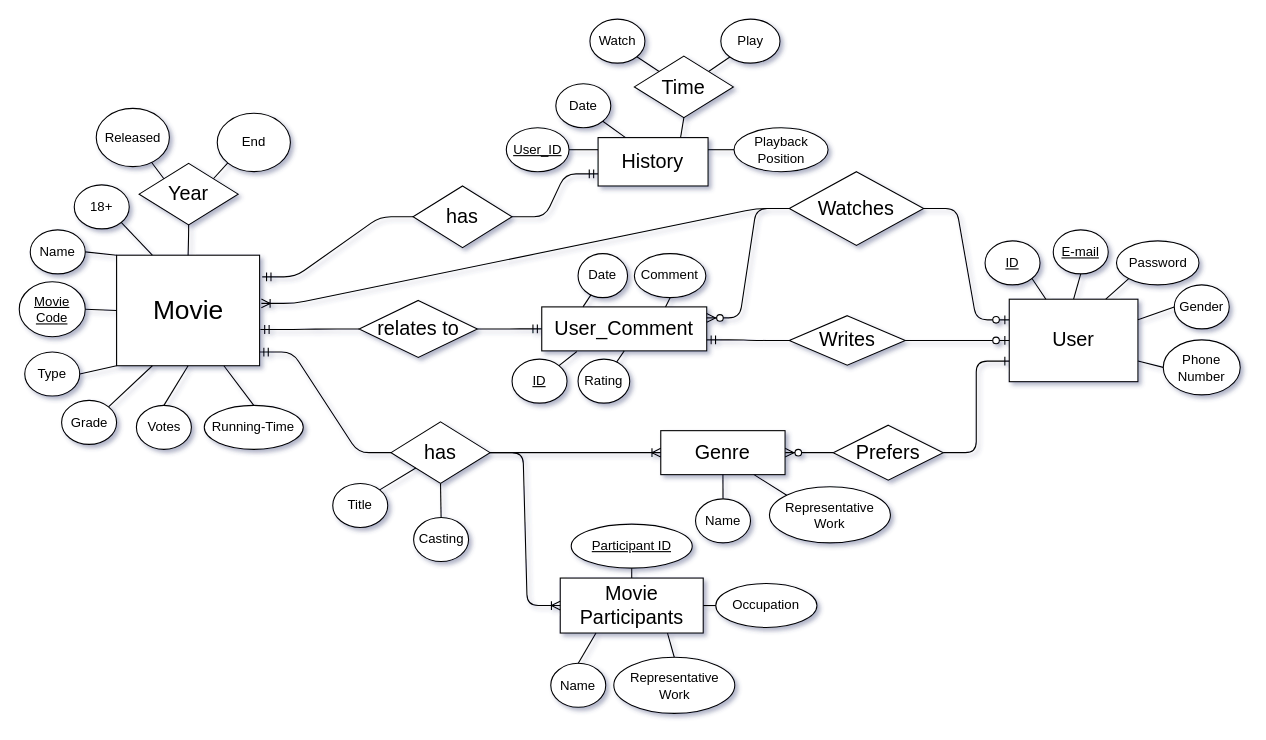
This is page "Crow_Foot" (2 of 2) of Assignment1_ER_Modeling/Movie.drawio from hjpark83/DBMS, a draw.io file, before an edit. Source tidied: cells renumbered, new cells numbered last; positions are measured from the earlier drawing's top-left corner, leaving out a move shared by most shapes. Both pictures are drawn from the tidied source at 110%, with x=0, y=0 at pixel (19, 19).
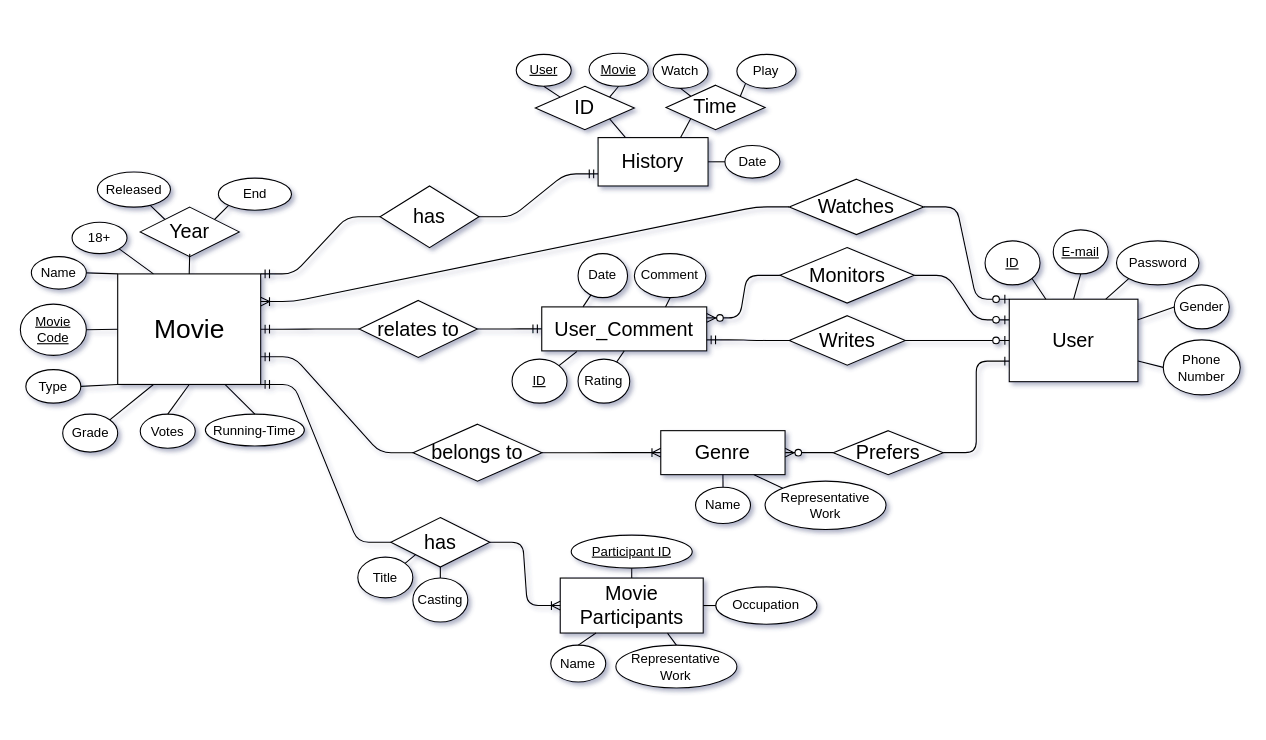
The same diagram, later.

Unchanged cells that the change refers to:
```xml
<mxCell id="2" value="&lt;span style=&quot;font-size: 18px;&quot;&gt;User&lt;/span&gt;" style="whiteSpace=wrap;html=1;align=center;rounded=0;" parent="1" vertex="1">
  <mxGeometry x="900" y="254.5" width="117" height="75" as="geometry" />
</mxCell>
<mxCell id="15" value="&lt;font style=&quot;font-size: 18px;&quot;&gt;User_Comment&lt;/font&gt;" style="whiteSpace=wrap;html=1;align=center;rounded=0;" parent="1" vertex="1">
  <mxGeometry x="475" y="261.5" width="150" height="40" as="geometry" />
</mxCell>
<mxCell id="25" value="&lt;span style=&quot;font-size: 18px;&quot;&gt;relates to&lt;/span&gt;" style="shape=rhombus;perimeter=rhombusPerimeter;whiteSpace=wrap;html=1;align=center;rounded=0;" parent="1" vertex="1">
  <mxGeometry x="309" y="255.6" width="107.5" height="51.9" as="geometry" />
</mxCell>
<mxCell id="41" value="&lt;font style=&quot;font-size: 18px;&quot;&gt;Genre&lt;/font&gt;" style="whiteSpace=wrap;html=1;align=center;rounded=0;" parent="1" vertex="1">
  <mxGeometry x="583.2" y="374" width="113" height="40" as="geometry" />
</mxCell>
<mxCell id="42" value="&lt;font style=&quot;font-size: 18px;&quot;&gt;History&lt;/font&gt;" style="whiteSpace=wrap;html=1;align=center;rounded=0;" parent="1" vertex="1">
  <mxGeometry x="526.2" y="107.6" width="100" height="44" as="geometry" />
</mxCell>
```

Diff of the diagram source:
```diff
@@
     <mxCell id="14" value="&lt;font style=&quot;font-size: 18px;&quot;&gt;Prefers&lt;/font&gt;" style="shape=rhombus;perimeter=rhombusPerimeter;whiteSpace=wrap;html=1;align=center;rounded=0;" parent="1" vertex="1">
-      <mxGeometry x="740" y="369" width="100" height="50" as="geometry" />
+      <mxGeometry x="740" y="374" width="100" height="40" as="geometry" />
     </mxCell>
@@
-    <mxCell id="31" style="edgeStyle=entityRelationEdgeStyle;fontSize=12;html=1;endArrow=ERmandOne;rounded=1;entryX=1.005;entryY=0.672;entryDx=0;entryDy=0;exitX=0;exitY=0.5;exitDx=0;exitDy=0;entryPerimeter=0;" parent="1" edge="1" source="25" target="74">
+    <mxCell id="31" style="edgeStyle=entityRelationEdgeStyle;fontSize=12;html=1;endArrow=ERmandOne;rounded=1;entryX=1;entryY=0.5;entryDx=0;entryDy=0;exitX=0;exitY=0.5;exitDx=0;exitDy=0;" parent="1" edge="1" source="25" target="74">
       <mxGeometry relative="1" as="geometry">
         <Array as="points">
           <mxPoint x="379.5" y="311.5" />
           <mxPoint x="298" y="319" />
           <mxPoint x="248" y="299" />
         </Array>
       </mxGeometry>
     </mxCell>
@@
     <mxCell id="33" value="Name" style="ellipse;whiteSpace=wrap;html=1;align=center;rounded=1;" parent="1" vertex="1">
-      <mxGeometry x="483.2" y="585.5" width="50" height="40" as="geometry" />
+      <mxGeometry x="483.2" y="569" width="50" height="33.5" as="geometry" />
     </mxCell>
     <mxCell id="34" value="Occupation" style="ellipse;whiteSpace=wrap;html=1;align=center;rounded=1;" parent="1" vertex="1">
-      <mxGeometry x="633.2" y="513" width="92" height="40" as="geometry" />
+      <mxGeometry x="633.2" y="516" width="92" height="34" as="geometry" />
     </mxCell>
     <mxCell id="35" value="Representative&lt;br&gt;Work" style="ellipse;whiteSpace=wrap;html=1;align=center;rounded=1;" parent="1" vertex="1">
-      <mxGeometry x="540.5" y="580" width="110" height="51" as="geometry" />
+      <mxGeometry x="542.4" y="569" width="110" height="39" as="geometry" />
     </mxCell>
     <mxCell id="36" value="&lt;u&gt;Participant ID&lt;/u&gt;" style="ellipse;whiteSpace=wrap;html=1;align=center;rounded=1;" parent="1" vertex="1">
-      <mxGeometry x="501.8" y="459" width="110" height="40" as="geometry" />
+      <mxGeometry x="501.8" y="469" width="110" height="30" as="geometry" />
     </mxCell>
@@
     <mxCell id="43" value="&lt;span style=&quot;font-size: 18px;&quot;&gt;Watches&lt;/span&gt;" style="shape=rhombus;perimeter=rhombusPerimeter;whiteSpace=wrap;html=1;align=center;rounded=0;" parent="1" vertex="1">
-      <mxGeometry x="700" y="138.6" width="122.2" height="67" as="geometry" />
+      <mxGeometry x="700" y="145.4" width="122.2" height="50.4" as="geometry" />
     </mxCell>
     <mxCell id="44" value="Name" style="ellipse;whiteSpace=wrap;html=1;align=center;rounded=1;" parent="1" vertex="1">
-      <mxGeometry x="614.8" y="436" width="50" height="40" as="geometry" />
+      <mxGeometry x="614.8" y="425.4" width="50" height="33" as="geometry" />
     </mxCell>
     <mxCell id="45" value="&lt;font style=&quot;font-size: 18px;&quot;&gt;has&lt;/font&gt;" style="shape=rhombus;perimeter=rhombusPerimeter;whiteSpace=wrap;html=1;align=center;rounded=0;" parent="1" vertex="1">
-      <mxGeometry x="338" y="366" width="90" height="56" as="geometry" />
+      <mxGeometry x="337.8" y="453" width="90" height="45" as="geometry" />
     </mxCell>
-    <mxCell id="46" style="edgeStyle=entityRelationEdgeStyle;fontSize=12;html=1;endArrow=ERmandOne;rounded=1;exitX=0;exitY=0.5;exitDx=0;exitDy=0;entryX=0.999;entryY=0.876;entryDx=0;entryDy=0;entryPerimeter=0;" parent="1" edge="1" source="45" target="74">
+    <mxCell id="46" style="edgeStyle=entityRelationEdgeStyle;fontSize=12;html=1;endArrow=ERmandOne;rounded=1;exitX=0;exitY=0.5;exitDx=0;exitDy=0;entryX=1;entryY=1;entryDx=0;entryDy=0;" parent="1" edge="1" source="45" target="74">
       <mxGeometry relative="1" as="geometry">
         <Array as="points">
           <mxPoint x="318" y="509" />
         </Array>
       </mxGeometry>
     </mxCell>
@@
     <mxCell id="48" value="Date" style="ellipse;whiteSpace=wrap;html=1;align=center;rounded=1;" parent="1" vertex="1">
-      <mxGeometry x="487.8" y="58.6" width="50" height="40" as="geometry" />
+      <mxGeometry x="641.5" y="114.8" width="50" height="29.6" as="geometry" />
     </mxCell>
-    <mxCell id="49" style="endArrow=none;html=1;rounded=1;entryX=0.25;entryY=0;entryDx=0;entryDy=0;exitX=1;exitY=1;exitDx=0;exitDy=0;" parent="1" edge="1" source="48" target="42">
-      <mxGeometry relative="1" as="geometry" />
-    </mxCell>
     <mxCell id="50" value="Watch" style="ellipse;whiteSpace=wrap;html=1;align=center;rounded=1;" parent="1" vertex="1">
-      <mxGeometry x="518.8" y="-0.1" width="50" height="40" as="geometry" />
+      <mxGeometry x="576.2" y="31.9" width="50" height="30.9" as="geometry" />
     </mxCell>
     <mxCell id="51" value="Play" style="ellipse;whiteSpace=wrap;html=1;align=center;rounded=1;" parent="1" vertex="1">
-      <mxGeometry x="637.8" y="-0.1" width="53.8" height="40" as="geometry" />
+      <mxGeometry x="652.4" y="31.9" width="53.8" height="30.9" as="geometry" />
     </mxCell>
-    <mxCell id="52" style="endArrow=none;html=1;rounded=1;entryX=0;entryY=0;entryDx=0;entryDy=0;exitX=1;exitY=1;exitDx=0;exitDy=0;" parent="1" edge="1" source="50" target="67">
+    <mxCell id="52" style="endArrow=none;html=1;rounded=1;entryX=0;entryY=0;entryDx=0;entryDy=0;exitX=0.5;exitY=1;exitDx=0;exitDy=0;" parent="1" edge="1" source="50" target="67">
       <mxGeometry relative="1" as="geometry" />
     </mxCell>
@@
-    <mxCell id="54" style="endArrow=none;html=1;rounded=1;entryX=0;entryY=0.25;entryDx=0;entryDy=0;exitX=1;exitY=0.5;exitDx=0;exitDy=0;" parent="1" edge="1" source="55" target="42">
-      <mxGeometry relative="1" as="geometry" />
-    </mxCell>
-    <mxCell id="55" value="&lt;u&gt;User_ID&lt;/u&gt;" style="ellipse;whiteSpace=wrap;html=1;align=center;rounded=1;" parent="1" vertex="1">
-      <mxGeometry x="442.8" y="98.6" width="57" height="40" as="geometry" />
-    </mxCell>
-    <mxCell id="56" value="Playback&lt;br&gt;Position" style="ellipse;whiteSpace=wrap;html=1;align=center;rounded=1;" parent="1" vertex="1">
-      <mxGeometry x="649.8" y="98.6" width="85.5" height="40" as="geometry" />
-    </mxCell>
-    <mxCell id="57" style="endArrow=none;html=1;rounded=1;entryX=1;entryY=0.25;entryDx=0;entryDy=0;exitX=0;exitY=0.5;exitDx=0;exitDy=0;" parent="1" edge="1" source="56" target="42">
+    <mxCell id="57" style="endArrow=none;html=1;rounded=1;entryX=1;entryY=0.5;entryDx=0;entryDy=0;exitX=0;exitY=0.5;exitDx=0;exitDy=0;" parent="1" edge="1" source="48" target="42">
       <mxGeometry relative="1" as="geometry" />
     </mxCell>
@@
     <mxCell id="59" value="&lt;font style=&quot;font-size: 18px;&quot;&gt;has&lt;/font&gt;" style="shape=rhombus;perimeter=rhombusPerimeter;whiteSpace=wrap;html=1;align=center;rounded=0;" parent="1" vertex="1">
-      <mxGeometry x="358" y="151.6" width="90" height="56" as="geometry" />
+      <mxGeometry x="328" y="151.6" width="90" height="56" as="geometry" />
     </mxCell>
-    <mxCell id="60" style="edgeStyle=entityRelationEdgeStyle;fontSize=12;html=1;endArrow=ERmandOne;rounded=1;entryX=1.018;entryY=0.196;entryDx=0;entryDy=0;exitX=0;exitY=0.5;exitDx=0;exitDy=0;entryPerimeter=0;" parent="1" edge="1" source="59" target="74">
+    <mxCell id="60" style="edgeStyle=entityRelationEdgeStyle;fontSize=12;html=1;endArrow=ERmandOne;rounded=1;entryX=1;entryY=0;entryDx=0;entryDy=0;exitX=0;exitY=0.5;exitDx=0;exitDy=0;" parent="1" edge="1" source="59" target="74">
       <mxGeometry relative="1" as="geometry">
         <Array as="points">
           <mxPoint x="389.5" y="321.5" />
         </Array>
       </mxGeometry>
     </mxCell>
-    <mxCell id="61" style="edgeStyle=entityRelationEdgeStyle;fontSize=12;html=1;endArrow=ERoneToMany;rounded=1;entryX=0;entryY=0.5;entryDx=0;entryDy=0;exitX=1;exitY=0.5;exitDx=0;exitDy=0;" parent="1" edge="1" source="45" target="41">
+    <mxCell id="61" style="edgeStyle=entityRelationEdgeStyle;fontSize=12;html=1;endArrow=ERoneToMany;rounded=1;entryX=0;entryY=0.5;entryDx=0;entryDy=0;exitX=1;exitY=0.5;exitDx=0;exitDy=0;" parent="1" edge="1" source="102" target="41">
       <mxGeometry relative="1" as="geometry">
         <Array as="points">
           <mxPoint x="412.8" y="544" />
         </Array>
       </mxGeometry>
     </mxCell>
-    <mxCell id="62" style="edgeStyle=entityRelationEdgeStyle;fontSize=12;html=1;endArrow=ERzeroToOne;endFill=1;rounded=1;entryX=0;entryY=0.25;entryDx=0;entryDy=0;" parent="1" edge="1" source="43" target="2">
+    <mxCell id="62" style="edgeStyle=entityRelationEdgeStyle;fontSize=12;html=1;endArrow=ERzeroToOne;endFill=1;rounded=1;entryX=0;entryY=0;entryDx=0;entryDy=0;" parent="1" edge="1" source="43" target="2">
       <mxGeometry relative="1" as="geometry" />
     </mxCell>
-    <mxCell id="63" style="edgeStyle=entityRelationEdgeStyle;fontSize=12;html=1;endArrow=ERzeroToMany;endFill=1;rounded=1;exitX=0;exitY=0.5;exitDx=0;exitDy=0;entryX=1;entryY=0.25;entryDx=0;entryDy=0;" parent="1" edge="1" source="43" target="15">
+    <mxCell id="63" style="edgeStyle=entityRelationEdgeStyle;fontSize=12;html=1;endArrow=ERzeroToMany;endFill=1;rounded=1;exitX=0;exitY=0.5;exitDx=0;exitDy=0;entryX=1;entryY=0.25;entryDx=0;entryDy=0;" parent="1" edge="1" source="94" target="15">
       <mxGeometry relative="1" as="geometry" />
     </mxCell>
-    <mxCell id="64" style="edgeStyle=entityRelationEdgeStyle;fontSize=12;html=1;endArrow=ERoneToMany;rounded=1;exitX=0;exitY=0.5;exitDx=0;exitDy=0;entryX=1.012;entryY=0.436;entryDx=0;entryDy=0;entryPerimeter=0;" parent="1" edge="1" source="43" target="74">
+    <mxCell id="64" style="edgeStyle=entityRelationEdgeStyle;fontSize=12;html=1;endArrow=ERoneToMany;rounded=1;exitX=0;exitY=0.5;exitDx=0;exitDy=0;entryX=1;entryY=0.25;entryDx=0;entryDy=0;" parent="1" edge="1" source="43" target="74">
       <mxGeometry relative="1" as="geometry">
         <Array as="points">
           <mxPoint x="408" y="519" />
         </Array>
       </mxGeometry>
     </mxCell>
     <mxCell id="65" value="Representative&lt;br&gt;Work" style="ellipse;whiteSpace=wrap;html=1;align=center;rounded=1;" parent="1" vertex="1">
-      <mxGeometry x="682" y="425" width="110" height="51" as="geometry" />
+      <mxGeometry x="678" y="419.9" width="110" height="44" as="geometry" />
     </mxCell>
@@
     <mxCell id="67" value="&lt;span style=&quot;font-size: 18px;&quot;&gt;Time&lt;/span&gt;" style="shape=rhombus;perimeter=rhombusPerimeter;whiteSpace=wrap;html=1;align=center;rounded=0;" parent="1" vertex="1">
-      <mxGeometry x="559.2" y="33.5" width="90" height="56" as="geometry" />
+      <mxGeometry x="588" y="59.9" width="90" height="40.5" as="geometry" />
     </mxCell>
-    <mxCell id="68" style="endArrow=none;html=1;rounded=1;entryX=0.75;entryY=0;entryDx=0;entryDy=0;exitX=0.5;exitY=1;exitDx=0;exitDy=0;" parent="1" edge="1" source="67" target="42">
+    <mxCell id="68" style="endArrow=none;html=1;rounded=1;entryX=0.75;entryY=0;entryDx=0;entryDy=0;exitX=0;exitY=1;exitDx=0;exitDy=0;" parent="1" edge="1" source="67" target="42">
       <mxGeometry relative="1" as="geometry" />
     </mxCell>
     <mxCell id="69" value="Type" style="ellipse;whiteSpace=wrap;html=1;align=center;rounded=1;" parent="1" vertex="1">
-      <mxGeometry x="5" y="302.5" width="50" height="40" as="geometry" />
+      <mxGeometry x="6" y="318.5" width="50" height="30.5" as="geometry" />
     </mxCell>
     <mxCell id="70" value="Name" style="ellipse;whiteSpace=wrap;html=1;align=center;rounded=1;" parent="1" vertex="1">
-      <mxGeometry x="10" y="191.5" width="50" height="40" as="geometry" />
+      <mxGeometry x="11" y="215.8" width="50" height="29.5" as="geometry" />
     </mxCell>
     <mxCell id="71" value="Running-Time" style="ellipse;whiteSpace=wrap;html=1;align=center;rounded=1;" parent="1" vertex="1">
-      <mxGeometry x="168.2" y="351" width="90" height="40" as="geometry" />
+      <mxGeometry x="169.2" y="359" width="90" height="29" as="geometry" />
     </mxCell>
     <mxCell id="72" value="Released" style="ellipse;whiteSpace=wrap;html=1;align=center;rounded=1;" parent="1" vertex="1">
-      <mxGeometry x="70" y="81" width="66.5" height="53" as="geometry" />
+      <mxGeometry x="71" y="138.8" width="66.5" height="32" as="geometry" />
     </mxCell>
     <mxCell id="73" value="18+" style="ellipse;whiteSpace=wrap;html=1;align=center;rounded=1;" parent="1" vertex="1">
-      <mxGeometry x="50" y="150.6" width="50" height="40" as="geometry" />
+      <mxGeometry x="48" y="184.5" width="50" height="28.6" as="geometry" />
     </mxCell>
     <mxCell id="74" value="&lt;font style=&quot;font-size: 24px;&quot;&gt;Movie&lt;/font&gt;" style="whiteSpace=wrap;html=1;align=center;rounded=0;" parent="1" vertex="1">
-      <mxGeometry x="88.5" y="214.5" width="130" height="100.5" as="geometry" />
+      <mxGeometry x="89.5" y="231.5" width="130" height="100.5" as="geometry" />
     </mxCell>
     <mxCell id="75" value="&lt;u&gt;Movie&lt;br&gt;Code&lt;/u&gt;" style="ellipse;whiteSpace=wrap;html=1;align=center;rounded=1;" parent="1" vertex="1">
-      <mxGeometry y="238.6" width="60" height="50" as="geometry" />
+      <mxGeometry x="1" y="259" width="60" height="46.6" as="geometry" />
     </mxCell>
@@
     <mxCell id="82" value="End" style="ellipse;whiteSpace=wrap;html=1;align=center;rounded=1;" parent="1" vertex="1">
-      <mxGeometry x="180" y="85.5" width="66.5" height="53" as="geometry" />
+      <mxGeometry x="181" y="144.4" width="66.5" height="29.2" as="geometry" />
     </mxCell>
@@
     <mxCell id="84" value="&lt;span style=&quot;font-size: 18px;&quot;&gt;Year&lt;/span&gt;" style="shape=rhombus;perimeter=rhombusPerimeter;whiteSpace=wrap;html=1;align=center;rounded=0;" parent="1" vertex="1">
-      <mxGeometry x="109" y="131" width="90" height="56" as="geometry" />
+      <mxGeometry x="110" y="170.8" width="90" height="45" as="geometry" />
     </mxCell>
     <mxCell id="85" style="endArrow=none;html=1;rounded=1;entryX=0.5;entryY=1;entryDx=0;entryDy=0;exitX=0.5;exitY=0;exitDx=0;exitDy=0;" parent="1" edge="1" source="74" target="84">
       <mxGeometry relative="1" as="geometry">
         <Array as="points">
-          <mxPoint x="154" y="195" />
+          <mxPoint x="155" y="212" />
         </Array>
       </mxGeometry>
     </mxCell>
     <mxCell id="86" value="Grade" style="ellipse;whiteSpace=wrap;html=1;align=center;rounded=1;" parent="1" vertex="1">
-      <mxGeometry x="38.5" y="346.5" width="50" height="40" as="geometry" />
+      <mxGeometry x="39.5" y="359" width="50" height="34.5" as="geometry" />
     </mxCell>
     <mxCell id="87" value="Votes" style="ellipse;whiteSpace=wrap;html=1;align=center;rounded=1;" parent="1" vertex="1">
-      <mxGeometry x="106.5" y="351" width="50" height="40" as="geometry" />
+      <mxGeometry x="110" y="359" width="50" height="31" as="geometry" />
     </mxCell>
@@
     <mxCell id="90" value="Title" style="ellipse;whiteSpace=wrap;html=1;align=center;rounded=1;" parent="1" vertex="1">
-      <mxGeometry x="285" y="422" width="50" height="40" as="geometry" />
+      <mxGeometry x="307.8" y="489" width="50" height="37" as="geometry" />
     </mxCell>
     <mxCell id="91" value="Casting" style="ellipse;whiteSpace=wrap;html=1;align=center;rounded=1;" parent="1" vertex="1">
-      <mxGeometry x="358.5" y="453" width="50" height="40" as="geometry" />
+      <mxGeometry x="357.8" y="508" width="50" height="40" as="geometry" />
     </mxCell>
@@
+    <mxCell id="94" value="&lt;span style=&quot;font-size: 18px;&quot;&gt;Monitors&lt;/span&gt;" style="shape=rhombus;perimeter=rhombusPerimeter;whiteSpace=wrap;html=1;align=center;rounded=0;" parent="1" vertex="1">
+      <mxGeometry x="691.5" y="207.6" width="122.2" height="50.4" as="geometry" />
+    </mxCell>
+    <mxCell id="95" style="edgeStyle=entityRelationEdgeStyle;fontSize=12;html=1;endArrow=ERzeroToOne;endFill=1;rounded=1;entryX=0;entryY=0.25;entryDx=0;entryDy=0;exitX=1;exitY=0.5;exitDx=0;exitDy=0;" parent="1" edge="1" source="94" target="2">
+      <mxGeometry relative="1" as="geometry" />
+    </mxCell>
+    <mxCell id="96" value="&lt;span style=&quot;font-size: 18px;&quot;&gt;ID&lt;/span&gt;" style="shape=rhombus;perimeter=rhombusPerimeter;whiteSpace=wrap;html=1;align=center;rounded=0;" parent="1" vertex="1">
+      <mxGeometry x="469.2" y="60.9" width="90" height="39.5" as="geometry" />
+    </mxCell>
+    <mxCell id="97" style="endArrow=none;html=1;rounded=1;entryX=0.25;entryY=0;entryDx=0;entryDy=0;exitX=1;exitY=1;exitDx=0;exitDy=0;" parent="1" edge="1" source="96" target="42">
+      <mxGeometry relative="1" as="geometry" />
+    </mxCell>
+    <mxCell id="98" value="&lt;u&gt;User&lt;/u&gt;" style="ellipse;whiteSpace=wrap;html=1;align=center;rounded=1;" parent="1" vertex="1">
+      <mxGeometry x="451.8" y="31.9" width="50" height="29" as="geometry" />
+    </mxCell>
+    <mxCell id="99" value="&lt;u&gt;Movie&lt;/u&gt;" style="ellipse;whiteSpace=wrap;html=1;align=center;rounded=1;" parent="1" vertex="1">
+      <mxGeometry x="518" y="30.9" width="53.8" height="30" as="geometry" />
+    </mxCell>
+    <mxCell id="100" style="endArrow=none;html=1;rounded=1;entryX=0;entryY=0;entryDx=0;entryDy=0;exitX=0.5;exitY=1;exitDx=0;exitDy=0;" parent="1" edge="1" source="98" target="96">
+      <mxGeometry relative="1" as="geometry" />
+    </mxCell>
+    <mxCell id="101" style="endArrow=none;html=1;rounded=1;entryX=1;entryY=0;entryDx=0;entryDy=0;exitX=0.5;exitY=1;exitDx=0;exitDy=0;" parent="1" edge="1" source="99" target="96">
+      <mxGeometry relative="1" as="geometry" />
+    </mxCell>
+    <mxCell id="102" value="&lt;span style=&quot;font-size: 18px;&quot;&gt;belongs to&lt;/span&gt;" style="shape=rhombus;perimeter=rhombusPerimeter;whiteSpace=wrap;html=1;align=center;rounded=0;" parent="1" vertex="1">
+      <mxGeometry x="358" y="368.1" width="117.2" height="51.9" as="geometry" />
+    </mxCell>
+    <mxCell id="103" style="edgeStyle=entityRelationEdgeStyle;fontSize=12;html=1;endArrow=ERmandOne;rounded=1;exitX=0;exitY=0.5;exitDx=0;exitDy=0;entryX=1;entryY=0.75;entryDx=0;entryDy=0;" parent="1" edge="1" source="102" target="74">
+      <mxGeometry relative="1" as="geometry">
+        <Array as="points">
+          <mxPoint x="328" y="519" />
+        </Array>
+      </mxGeometry>
+    </mxCell>
```
